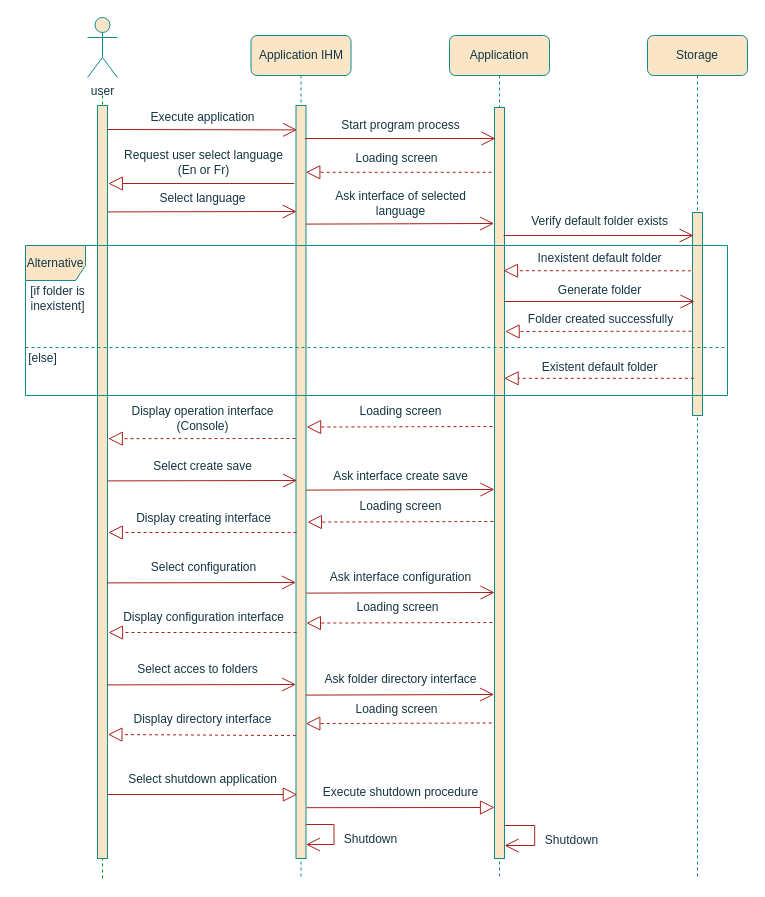
Before: console diagram.drawio in Weicheng178/UML, a draw.io diagram. Source tidied: cells renumbered, new cells numbered last; positions are measured from the earlier drawing's top-left corner, leaving out a move shared by most shapes. Both pictures are drawn from the tidied source at 100%, with x=0, y=0 at pixel (17, 17).
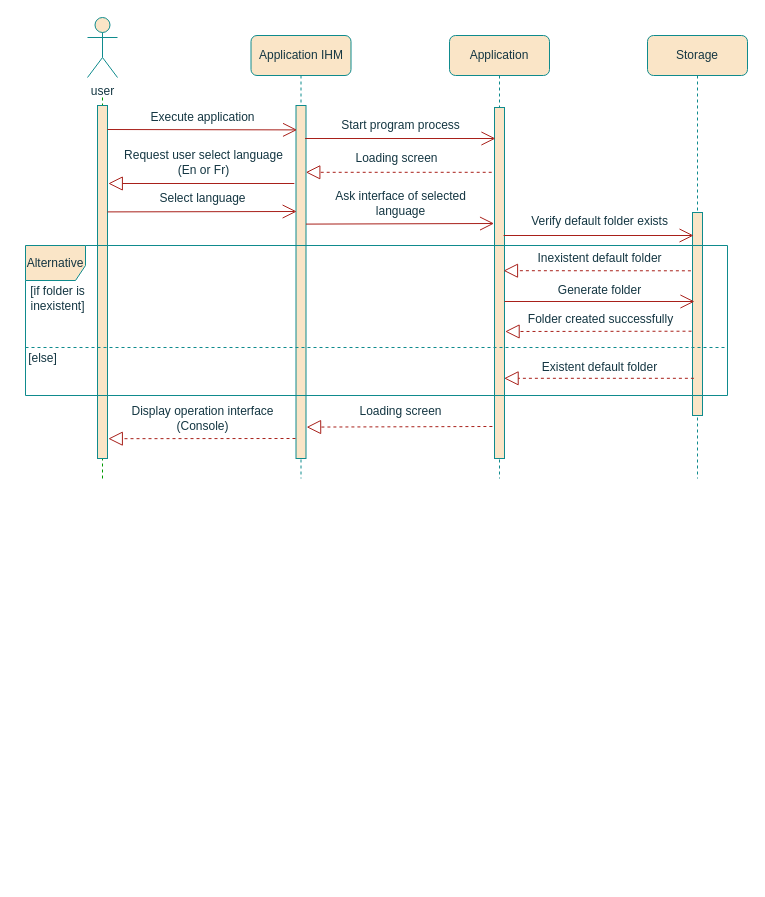
Above is the later version.

The edit, as a diff of the source:
```diff
@@
     <mxCell id="2" style="endArrow=none;dashed=1;html=1;rounded=1;labelBackgroundColor=#DAD2D8;strokeColor=#009900;fontColor=#143642;" parent="1" edge="1">
       <mxGeometry relative="1" as="geometry">
-        <mxPoint x="85" y="861" as="sourcePoint" />
+        <mxPoint x="85" y="461" as="sourcePoint" />
         <mxPoint x="85" y="78" as="targetPoint" />
       </mxGeometry>
     </mxCell>
     <mxCell id="3" value="&lt;span style=&quot;&quot;&gt;Application IHM&lt;/span&gt;" style="shape=umlLifeline;perimeter=lifelinePerimeter;whiteSpace=wrap;html=1;rounded=1;fillColor=#FAE5C7;strokeColor=#0F8B8D;fontColor=#143642;" parent="1" vertex="1">
-      <mxGeometry x="233.5" y="18" width="100" height="843" as="geometry" />
+      <mxGeometry x="233.5" y="18" width="100" height="443" as="geometry" />
     </mxCell>
@@
     <mxCell id="5" value="&lt;span style=&quot;&quot;&gt;Application&lt;/span&gt;" style="shape=umlLifeline;perimeter=lifelinePerimeter;whiteSpace=wrap;html=1;rounded=1;fillColor=#FAE5C7;strokeColor=#0F8B8D;fontColor=#143642;" parent="1" vertex="1">
-      <mxGeometry x="432" y="18" width="100" height="843" as="geometry" />
+      <mxGeometry x="432" y="18" width="100" height="443" as="geometry" />
     </mxCell>
     <mxCell id="6" value="&lt;span style=&quot;&quot;&gt;Storage&lt;/span&gt;" style="shape=umlLifeline;perimeter=lifelinePerimeter;whiteSpace=wrap;html=1;rounded=1;fillColor=#FAE5C7;strokeColor=#0F8B8D;fontColor=#143642;" parent="1" vertex="1">
-      <mxGeometry x="630" y="18" width="100" height="843" as="geometry" />
+      <mxGeometry x="630" y="18" width="100" height="443" as="geometry" />
     </mxCell>
     <mxCell id="7" style="html=1;perimeter=orthogonalPerimeter;rounded=0;glass=0;labelBackgroundColor=none;fillStyle=auto;fillColor=#FAE5C7;strokeColor=#0F8B8D;fontColor=#143642;" parent="1" vertex="1">
-      <mxGeometry x="80" y="88" width="10" height="753" as="geometry" />
+      <mxGeometry x="80" y="88" width="10" height="353" as="geometry" />
     </mxCell>
     <mxCell id="8" style="html=1;perimeter=orthogonalPerimeter;rounded=0;glass=0;labelBackgroundColor=none;fillStyle=auto;fillColor=#FAE5C7;strokeColor=#0F8B8D;fontColor=#143642;" parent="1" vertex="1">
-      <mxGeometry x="278.5" y="88" width="10" height="753" as="geometry" />
+      <mxGeometry x="278.5" y="88" width="10" height="353" as="geometry" />
     </mxCell>
     <mxCell id="9" style="html=1;perimeter=orthogonalPerimeter;rounded=0;glass=0;labelBackgroundColor=none;fillStyle=auto;fillColor=#FAE5C7;strokeColor=#0F8B8D;fontColor=#143642;" parent="1" vertex="1">
-      <mxGeometry x="477" y="90" width="10" height="751" as="geometry" />
+      <mxGeometry x="477" y="90" width="10" height="351" as="geometry" />
     </mxCell>
-    <mxCell id="10" style="endArrow=block;endFill=0;endSize=12;html=1;rounded=1;entryX=-0.106;entryY=0.937;entryDx=0;entryDy=0;entryPerimeter=0;labelBackgroundColor=#DAD2D8;strokeColor=#A8201A;fontColor=#143642;" parent="1" edge="1">
-      <mxGeometry relative="1" as="geometry">
-        <mxPoint x="289.3" y="790.2" as="sourcePoint" />
-        <mxPoint x="477" y="790" as="targetPoint" />
-      </mxGeometry>
-    </mxCell>
-    <mxCell id="11" style="endArrow=block;endFill=0;endSize=12;html=1;rounded=1;labelBackgroundColor=#DAD2D8;strokeColor=#A8201A;fontColor=#143642;" parent="1" edge="1">
-      <mxGeometry relative="1" as="geometry">
-        <mxPoint x="90.3" y="777" as="sourcePoint" />
-        <mxPoint x="279.8" y="777" as="targetPoint" />
-      </mxGeometry>
-    </mxCell>
-    <mxCell id="12" value="Execute shutdown procedure" style="text;html=1;align=center;verticalAlign=middle;strokeColor=none;fillColor=none;rounded=1;fontColor=#143642;" parent="1" vertex="1">
-      <mxGeometry x="292.8" y="760" width="180" height="30" as="geometry" />
-    </mxCell>
-    <mxCell id="13" value="Shutdown" style="text;html=1;align=center;verticalAlign=middle;strokeColor=none;fillColor=none;rounded=1;fontColor=#143642;" parent="1" vertex="1">
-      <mxGeometry x="313" y="807" width="80" height="30" as="geometry" />
-    </mxCell>
-    <mxCell id="14" style="endArrow=open;endFill=1;endSize=12;html=1;rounded=0;labelBackgroundColor=#DAD2D8;strokeColor=#A8201A;fontColor=#143642;" parent="1" edge="1">
-      <mxGeometry relative="1" as="geometry">
-        <mxPoint x="487.2" y="808" as="sourcePoint" />
-        <mxPoint x="487" y="828" as="targetPoint" />
-        <Array as="points">
-          <mxPoint x="517.2" y="808" />
-          <mxPoint x="517.2" y="828" />
-        </Array>
-      </mxGeometry>
-    </mxCell>
-    <mxCell id="15" value="Shutdown" style="text;html=1;align=center;verticalAlign=middle;strokeColor=none;fillColor=none;rounded=1;fontColor=#143642;" parent="1" vertex="1">
-      <mxGeometry x="514.1" y="808" width="80" height="30" as="geometry" />
-    </mxCell>
-    <mxCell id="16" value="Select shutdown application" style="text;html=1;align=center;verticalAlign=middle;strokeColor=none;fillColor=none;rounded=1;fontColor=#143642;" parent="1" vertex="1">
-      <mxGeometry x="100" y="747" width="170" height="30" as="geometry" />
-    </mxCell>
-    <mxCell id="17" style="endArrow=open;endFill=1;endSize=12;html=1;rounded=0;labelBackgroundColor=#DAD2D8;strokeColor=#A8201A;fontColor=#143642;" parent="1" edge="1">
-      <mxGeometry relative="1" as="geometry">
-        <mxPoint x="288.6" y="807" as="sourcePoint" />
-        <mxPoint x="288.5" y="827" as="targetPoint" />
-        <Array as="points">
-          <mxPoint x="316.5" y="807" />
-          <mxPoint x="316.5" y="827" />
-        </Array>
-      </mxGeometry>
-    </mxCell>
-    <mxCell id="18" value="Loading screen" style="text;html=1;align=center;verticalAlign=middle;strokeColor=none;fillColor=none;rounded=1;fontColor=#143642;" parent="1" vertex="1">
-      <mxGeometry x="328" y="474" width="110" height="30" as="geometry" />
-    </mxCell>
-    <mxCell id="19" style="endArrow=block;dashed=1;endFill=0;endSize=12;html=1;rounded=1;exitX=-0.211;exitY=0.186;exitDx=0;exitDy=0;exitPerimeter=0;labelBackgroundColor=#DAD2D8;strokeColor=#A8201A;fontColor=#143642;" parent="1" edge="1">
-      <mxGeometry relative="1" as="geometry">
-        <mxPoint x="475.8" y="504" as="sourcePoint" />
-        <mxPoint x="289.9" y="504.6" as="targetPoint" />
-      </mxGeometry>
-    </mxCell>
-    <mxCell id="20" value="Select create save" style="text;html=1;align=center;verticalAlign=middle;strokeColor=none;fillColor=none;rounded=1;fontColor=#143642;" parent="1" vertex="1">
-      <mxGeometry x="125" y="434" width="120" height="30" as="geometry" />
-    </mxCell>
-    <mxCell id="21" style="endArrow=open;endFill=1;endSize=12;html=1;rounded=1;entryX=0.071;entryY=0.165;entryDx=0;entryDy=0;entryPerimeter=0;labelBackgroundColor=#DAD2D8;strokeColor=#A8201A;fontColor=#143642;" parent="1" edge="1">
-      <mxGeometry relative="1" as="geometry">
-        <mxPoint x="90.4" y="463.4" as="sourcePoint" />
-        <mxPoint x="279.6" y="463" as="targetPoint" />
-      </mxGeometry>
-    </mxCell>
-    <mxCell id="22" value="Display creating interface" style="text;html=1;align=center;verticalAlign=middle;strokeColor=none;fillColor=none;rounded=1;fontColor=#143642;" parent="1" vertex="1">
-      <mxGeometry x="105.8" y="486" width="160" height="30" as="geometry" />
-    </mxCell>
-    <mxCell id="23" style="endArrow=block;dashed=1;endFill=0;endSize=12;html=1;rounded=1;labelBackgroundColor=#DAD2D8;strokeColor=#A8201A;fontColor=#143642;" parent="1" edge="1">
-      <mxGeometry relative="1" as="geometry">
-        <mxPoint x="279" y="515" as="sourcePoint" />
-        <mxPoint x="90.8" y="515" as="targetPoint" />
-      </mxGeometry>
-    </mxCell>
-    <mxCell id="24" style="endArrow=open;endFill=1;endSize=12;html=1;rounded=1;entryX=-0.083;entryY=0.173;entryDx=0;entryDy=0;entryPerimeter=0;labelBackgroundColor=#DAD2D8;strokeColor=#A8201A;fontColor=#143642;" parent="1" edge="1">
-      <mxGeometry relative="1" as="geometry">
-        <mxPoint x="288.7" y="472.6" as="sourcePoint" />
-        <mxPoint x="476.9" y="472" as="targetPoint" />
-      </mxGeometry>
-    </mxCell>
-    <mxCell id="25" value="Ask interface create save" style="text;html=1;align=center;verticalAlign=middle;strokeColor=none;fillColor=none;rounded=1;fontColor=#143642;" parent="1" vertex="1">
-      <mxGeometry x="302.8" y="444" width="160" height="30" as="geometry" />
-    </mxCell>
-    <mxCell id="26" value="Loading screen" style="text;html=1;align=center;verticalAlign=middle;strokeColor=none;fillColor=none;rounded=1;fontColor=#143642;" parent="1" vertex="1">
-      <mxGeometry x="325.2" y="575" width="110" height="30" as="geometry" />
-    </mxCell>
-    <mxCell id="27" style="endArrow=block;dashed=1;endFill=0;endSize=12;html=1;rounded=1;exitX=-0.211;exitY=0.186;exitDx=0;exitDy=0;exitPerimeter=0;labelBackgroundColor=#DAD2D8;strokeColor=#A8201A;fontColor=#143642;" parent="1" edge="1">
-      <mxGeometry relative="1" as="geometry">
-        <mxPoint x="474.8" y="605" as="sourcePoint" />
-        <mxPoint x="288.9" y="605.6" as="targetPoint" />
-      </mxGeometry>
-    </mxCell>
-    <mxCell id="28" value="Select configuration" style="text;html=1;align=center;verticalAlign=middle;strokeColor=none;fillColor=none;rounded=1;fontColor=#143642;" parent="1" vertex="1">
-      <mxGeometry x="120.8" y="535" width="130" height="30" as="geometry" />
-    </mxCell>
-    <mxCell id="29" style="endArrow=open;endFill=1;endSize=12;html=1;rounded=1;entryX=0.071;entryY=0.165;entryDx=0;entryDy=0;entryPerimeter=0;labelBackgroundColor=#DAD2D8;strokeColor=#A8201A;fontColor=#143642;" parent="1" edge="1">
-      <mxGeometry relative="1" as="geometry">
-        <mxPoint x="89.3" y="565.4" as="sourcePoint" />
-        <mxPoint x="278.5" y="565" as="targetPoint" />
-      </mxGeometry>
-    </mxCell>
-    <mxCell id="30" value="Display configuration&amp;nbsp;interface" style="text;html=1;align=center;verticalAlign=middle;strokeColor=none;fillColor=none;rounded=1;fontColor=#143642;" parent="1" vertex="1">
-      <mxGeometry x="95.8" y="585" width="180" height="30" as="geometry" />
-    </mxCell>
-    <mxCell id="31" style="endArrow=block;dashed=1;endFill=0;endSize=12;html=1;rounded=1;labelBackgroundColor=#DAD2D8;strokeColor=#A8201A;fontColor=#143642;" parent="1" edge="1">
-      <mxGeometry relative="1" as="geometry">
-        <mxPoint x="279" y="615" as="sourcePoint" />
-        <mxPoint x="91" y="615" as="targetPoint" />
-      </mxGeometry>
-    </mxCell>
-    <mxCell id="32" style="endArrow=open;endFill=1;endSize=12;html=1;rounded=1;entryX=-0.083;entryY=0.173;entryDx=0;entryDy=0;entryPerimeter=0;labelBackgroundColor=#DAD2D8;strokeColor=#A8201A;fontColor=#143642;" parent="1" edge="1">
-      <mxGeometry relative="1" as="geometry">
-        <mxPoint x="288.9" y="575.6" as="sourcePoint" />
-        <mxPoint x="477.1" y="575" as="targetPoint" />
-      </mxGeometry>
-    </mxCell>
-    <mxCell id="33" value="Ask interface configuration" style="text;html=1;align=center;verticalAlign=middle;strokeColor=none;fillColor=none;rounded=1;fontColor=#143642;" parent="1" vertex="1">
-      <mxGeometry x="302.8" y="545" width="160" height="30" as="geometry" />
-    </mxCell>
-    <mxCell id="34" value="Loading screen" style="text;html=1;align=center;verticalAlign=middle;strokeColor=none;fillColor=none;rounded=1;fontColor=#143642;" parent="1" vertex="1">
-      <mxGeometry x="324" y="676.5" width="110" height="30" as="geometry" />
-    </mxCell>
-    <mxCell id="35" style="endArrow=block;dashed=1;endFill=0;endSize=12;html=1;rounded=1;exitX=-0.211;exitY=0.186;exitDx=0;exitDy=0;exitPerimeter=0;labelBackgroundColor=#DAD2D8;strokeColor=#A8201A;fontColor=#143642;" parent="1" edge="1">
-      <mxGeometry relative="1" as="geometry">
-        <mxPoint x="474.2" y="705.5" as="sourcePoint" />
-        <mxPoint x="288.3" y="706.1" as="targetPoint" />
-      </mxGeometry>
-    </mxCell>
-    <mxCell id="36" value="Select acces to folders" style="text;html=1;align=center;verticalAlign=middle;strokeColor=none;fillColor=none;rounded=1;fontColor=#143642;" parent="1" vertex="1">
-      <mxGeometry x="110" y="637" width="140" height="30" as="geometry" />
-    </mxCell>
-    <mxCell id="37" style="endArrow=open;endFill=1;endSize=12;html=1;rounded=1;entryX=0.071;entryY=0.165;entryDx=0;entryDy=0;entryPerimeter=0;labelBackgroundColor=#DAD2D8;strokeColor=#A8201A;fontColor=#143642;" parent="1" edge="1">
-      <mxGeometry relative="1" as="geometry">
-        <mxPoint x="89.3" y="667.4" as="sourcePoint" />
-        <mxPoint x="278.5" y="667" as="targetPoint" />
-      </mxGeometry>
-    </mxCell>
-    <mxCell id="38" value="Display directory interface" style="text;html=1;align=center;verticalAlign=middle;strokeColor=none;fillColor=none;rounded=1;fontColor=#143642;" parent="1" vertex="1">
-      <mxGeometry x="105" y="687" width="160" height="30" as="geometry" />
-    </mxCell>
-    <mxCell id="39" style="endArrow=block;dashed=1;endFill=0;endSize=12;html=1;rounded=1;exitX=-0.035;exitY=0.198;exitDx=0;exitDy=0;exitPerimeter=0;labelBackgroundColor=#DAD2D8;strokeColor=#A8201A;fontColor=#143642;" parent="1" edge="1">
-      <mxGeometry relative="1" as="geometry">
-        <mxPoint x="278.5" y="718.1" as="sourcePoint" />
-        <mxPoint x="90.4" y="717" as="targetPoint" />
-      </mxGeometry>
-    </mxCell>
-    <mxCell id="40" style="endArrow=open;endFill=1;endSize=12;html=1;rounded=1;entryX=-0.083;entryY=0.173;entryDx=0;entryDy=0;entryPerimeter=0;labelBackgroundColor=#DAD2D8;strokeColor=#A8201A;fontColor=#143642;" parent="1" edge="1">
-      <mxGeometry relative="1" as="geometry">
-        <mxPoint x="288.5" y="677.6" as="sourcePoint" />
-        <mxPoint x="476.6" y="677" as="targetPoint" />
-      </mxGeometry>
-    </mxCell>
-    <mxCell id="41" value="Ask folder directory interface" style="text;html=1;align=center;verticalAlign=middle;strokeColor=none;fillColor=none;rounded=1;fontColor=#143642;" parent="1" vertex="1">
-      <mxGeometry x="292.8" y="646.5" width="180" height="30" as="geometry" />
-    </mxCell>
```
